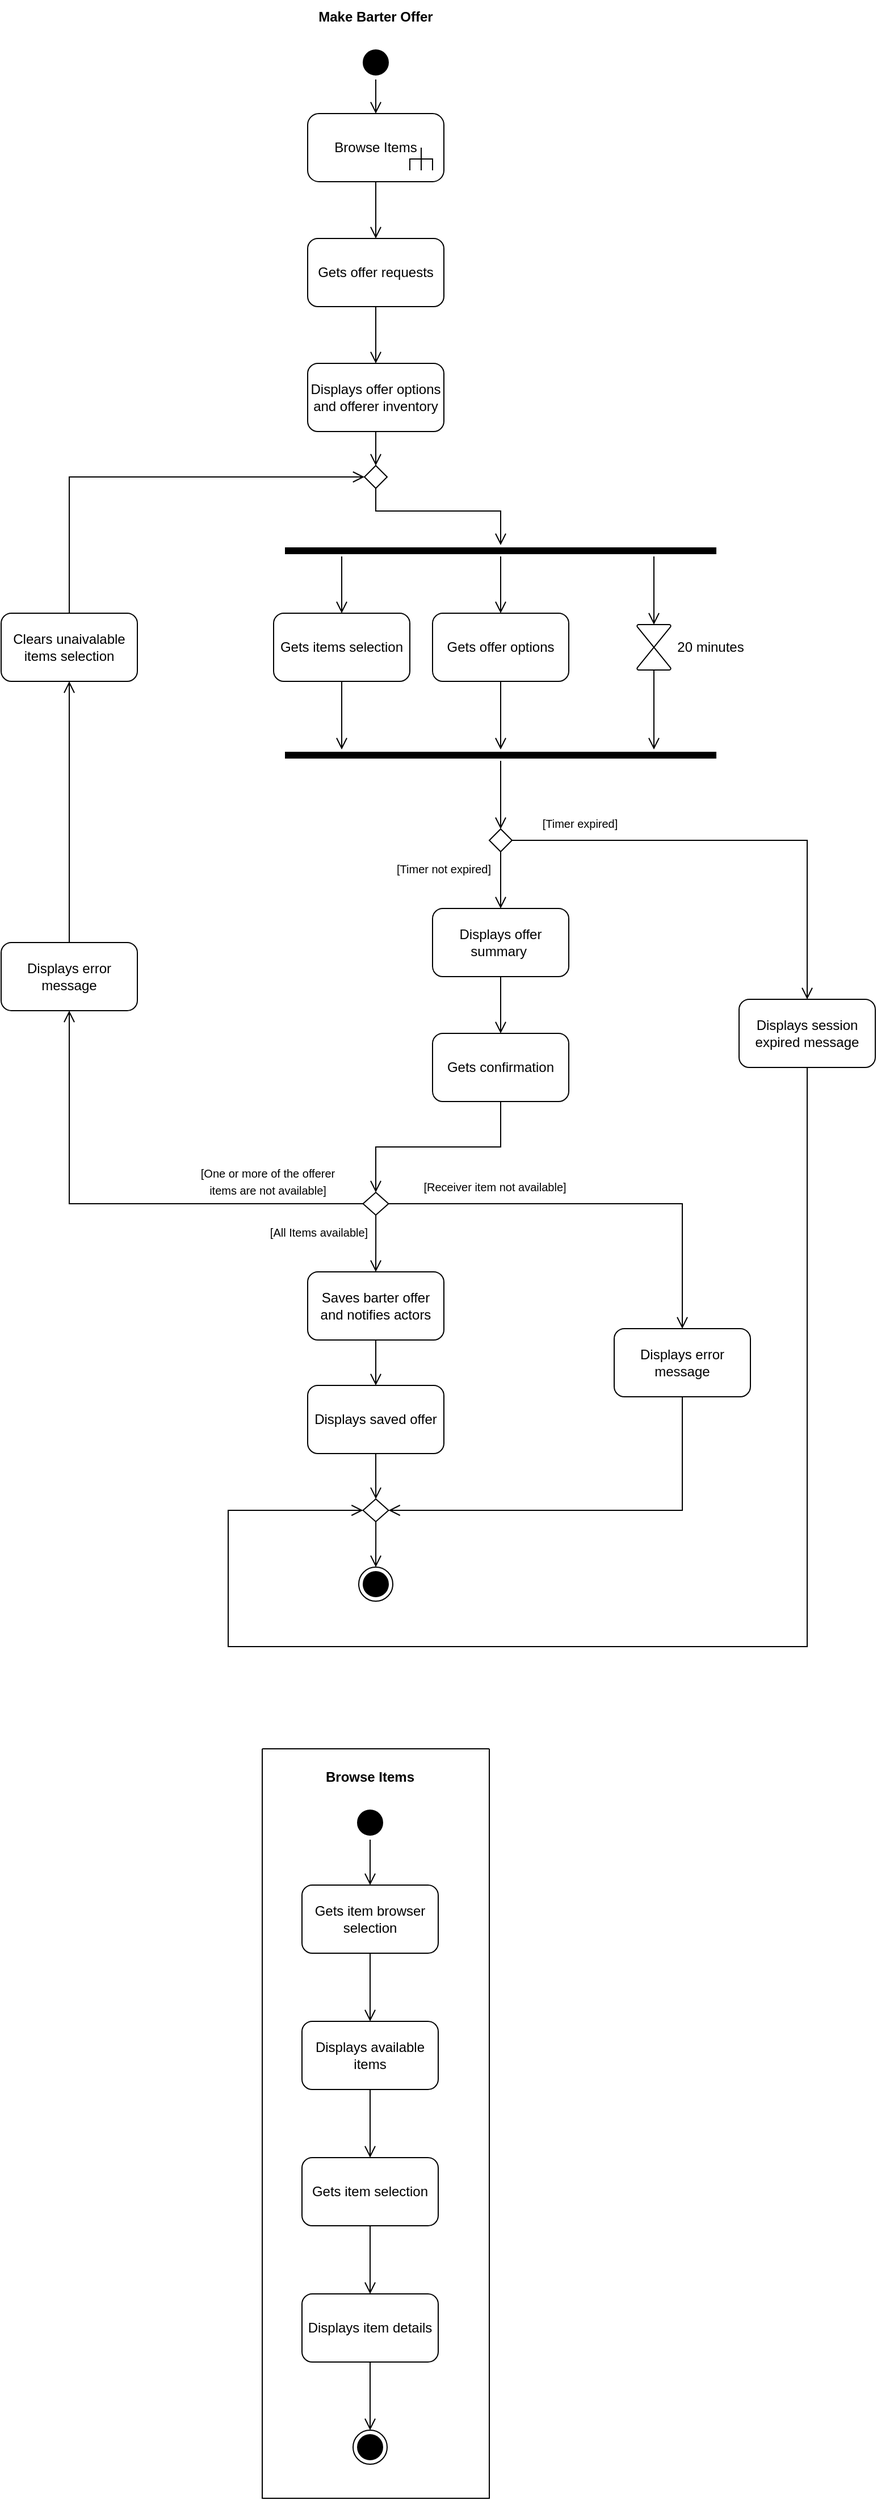
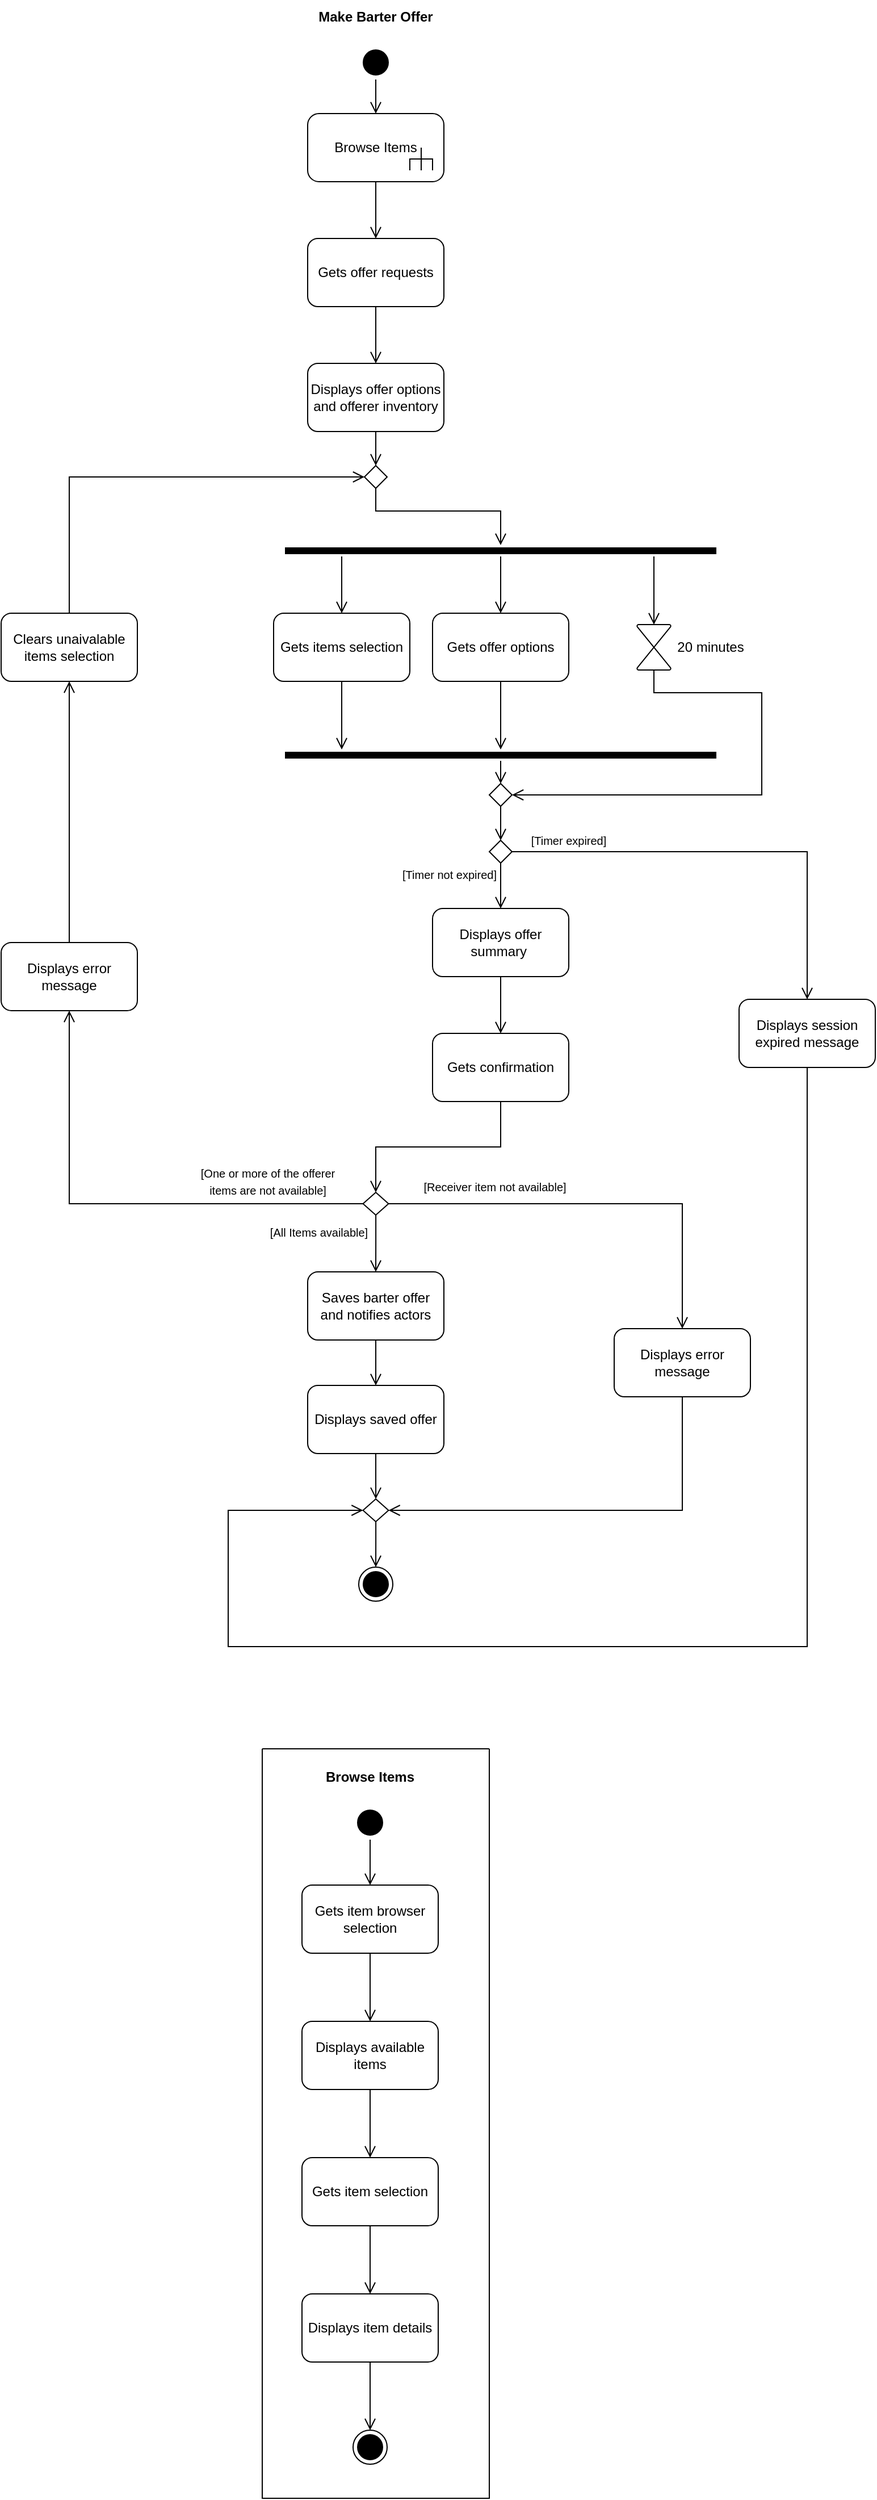
<mxfile host="app.diagrams.net">
  <diagram name="Pagina-1" id="wzVvh0PLMof7XneZ3m_G">
    <mxGraphModel dx="2353" dy="1339" grid="1" gridSize="10" guides="1" tooltips="1" connect="1" arrows="1" fold="1" page="1" pageScale="1" pageWidth="827" pageHeight="1169" math="0" shadow="0">
      <root>
        <mxCell id="0" />
        <mxCell id="1" parent="0" />
        <mxCell id="98pQ5EC6WEBKg6TK99Ge-1" parent="1" style="text;html=1;whiteSpace=wrap;strokeColor=none;fillColor=none;align=center;verticalAlign=middle;rounded=0;" value="&lt;b&gt;Make Barter Offer&lt;/b&gt;" vertex="1">
          <mxGeometry height="30" width="140" x="300" y="20" as="geometry" />
        </mxCell>
        <mxCell id="98pQ5EC6WEBKg6TK99Ge-6" parent="1" style="ellipse;html=1;shape=startState;fillColor=#000000;strokeColor=#000000;" value="" vertex="1">
          <mxGeometry height="30" width="30" x="355" y="60" as="geometry" />
        </mxCell>
        <mxCell id="98pQ5EC6WEBKg6TK99Ge-7" edge="1" parent="1" source="98pQ5EC6WEBKg6TK99Ge-6" style="edgeStyle=orthogonalEdgeStyle;html=1;verticalAlign=bottom;endArrow=open;endSize=8;strokeColor=#000000;rounded=0;" target="_pa2qI_lrXjVzIk5UoWA-33" value="">
          <mxGeometry relative="1" as="geometry">
            <mxPoint x="370" y="120" as="targetPoint" />
          </mxGeometry>
        </mxCell>
        <mxCell id="98pQ5EC6WEBKg6TK99Ge-8" parent="1" style="rounded=1;whiteSpace=wrap;html=1;" value="Gets offer requests" vertex="1">
          <mxGeometry height="60" width="120" x="310" y="230" as="geometry" />
        </mxCell>
        <mxCell id="98pQ5EC6WEBKg6TK99Ge-9" parent="1" style="rounded=1;whiteSpace=wrap;html=1;" value="Displays offer options and offerer inventory" vertex="1">
          <mxGeometry height="60" width="120" x="310" y="340" as="geometry" />
        </mxCell>
        <mxCell id="98pQ5EC6WEBKg6TK99Ge-11" parent="1" style="rounded=1;whiteSpace=wrap;html=1;" value="Displays offer summary&amp;nbsp;" vertex="1">
          <mxGeometry height="60" width="120" x="420" y="820" as="geometry" />
        </mxCell>
        <mxCell id="98pQ5EC6WEBKg6TK99Ge-12" parent="1" style="rounded=1;whiteSpace=wrap;html=1;" value="Gets confirmation" vertex="1">
          <mxGeometry height="60" width="120" x="420" y="930" as="geometry" />
        </mxCell>
        <mxCell id="98pQ5EC6WEBKg6TK99Ge-14" parent="1" style="rounded=1;whiteSpace=wrap;html=1;" value="Saves barter offer and notifies actors" vertex="1">
          <mxGeometry height="60" width="120" x="310" y="1140" as="geometry" />
        </mxCell>
        <mxCell id="98pQ5EC6WEBKg6TK99Ge-16" parent="1" style="rounded=1;whiteSpace=wrap;html=1;" value="Displays saved offer" vertex="1">
          <mxGeometry height="60" width="120" x="310" y="1240" as="geometry" />
        </mxCell>
        <mxCell id="98pQ5EC6WEBKg6TK99Ge-17" edge="1" parent="1" source="_pa2qI_lrXjVzIk5UoWA-33" style="edgeStyle=orthogonalEdgeStyle;html=1;verticalAlign=bottom;endArrow=open;endSize=8;strokeColor=#000000;rounded=0;" target="98pQ5EC6WEBKg6TK99Ge-8" value="">
          <mxGeometry relative="1" as="geometry">
            <mxPoint x="370" y="180" as="sourcePoint" />
            <mxPoint x="370" y="230" as="targetPoint" />
          </mxGeometry>
        </mxCell>
        <mxCell id="98pQ5EC6WEBKg6TK99Ge-18" edge="1" parent="1" source="98pQ5EC6WEBKg6TK99Ge-8" style="edgeStyle=orthogonalEdgeStyle;html=1;verticalAlign=bottom;endArrow=open;endSize=8;strokeColor=#000000;rounded=0;exitX=0.5;exitY=1;exitDx=0;exitDy=0;" target="98pQ5EC6WEBKg6TK99Ge-9" value="">
          <mxGeometry relative="1" as="geometry">
            <mxPoint x="370" y="320" as="sourcePoint" />
            <mxPoint x="370" y="350" as="targetPoint" />
          </mxGeometry>
        </mxCell>
        <mxCell id="98pQ5EC6WEBKg6TK99Ge-19" edge="1" parent="1" source="98pQ5EC6WEBKg6TK99Ge-9" style="edgeStyle=orthogonalEdgeStyle;html=1;verticalAlign=bottom;endArrow=open;endSize=8;strokeColor=#000000;rounded=0;" target="98pQ5EC6WEBKg6TK99Ge-45" value="">
          <mxGeometry relative="1" as="geometry">
            <mxPoint x="360" y="450" as="sourcePoint" />
            <mxPoint x="360" y="480" as="targetPoint" />
          </mxGeometry>
        </mxCell>
        <mxCell id="98pQ5EC6WEBKg6TK99Ge-20" edge="1" parent="1" source="_pa2qI_lrXjVzIk5UoWA-20" style="edgeStyle=orthogonalEdgeStyle;html=1;verticalAlign=bottom;endArrow=open;endSize=8;strokeColor=#000000;rounded=0;" target="98pQ5EC6WEBKg6TK99Ge-11" value="">
          <mxGeometry relative="1" as="geometry">
            <mxPoint x="695" y="1075" as="sourcePoint" />
            <mxPoint x="290" y="900" as="targetPoint" />
          </mxGeometry>
        </mxCell>
        <mxCell id="98pQ5EC6WEBKg6TK99Ge-21" edge="1" parent="1" source="98pQ5EC6WEBKg6TK99Ge-11" style="edgeStyle=orthogonalEdgeStyle;html=1;verticalAlign=bottom;endArrow=open;endSize=8;strokeColor=#000000;rounded=0;" target="98pQ5EC6WEBKg6TK99Ge-12" value="">
          <mxGeometry relative="1" as="geometry">
            <mxPoint x="290" y="990" as="sourcePoint" />
            <mxPoint x="290" y="1020" as="targetPoint" />
          </mxGeometry>
        </mxCell>
        <mxCell id="98pQ5EC6WEBKg6TK99Ge-22" edge="1" parent="1" source="98pQ5EC6WEBKg6TK99Ge-12" style="edgeStyle=orthogonalEdgeStyle;html=1;verticalAlign=bottom;endArrow=open;endSize=8;strokeColor=#000000;rounded=0;" target="98pQ5EC6WEBKg6TK99Ge-34" value="">
          <mxGeometry relative="1" as="geometry">
            <Array as="points">
              <mxPoint x="480" y="1030" />
              <mxPoint x="370" y="1030" />
            </Array>
            <mxPoint x="370" y="1060" as="sourcePoint" />
            <mxPoint x="370" y="1090" as="targetPoint" />
          </mxGeometry>
        </mxCell>
        <mxCell id="98pQ5EC6WEBKg6TK99Ge-23" edge="1" parent="1" source="98pQ5EC6WEBKg6TK99Ge-39" style="edgeStyle=orthogonalEdgeStyle;html=1;verticalAlign=bottom;endArrow=open;endSize=8;strokeColor=#000000;rounded=0;" target="98pQ5EC6WEBKg6TK99Ge-40" value="">
          <mxGeometry relative="1" as="geometry">
            <Array as="points">
              <mxPoint x="640" y="1350" />
            </Array>
            <mxPoint x="710" y="1340" as="sourcePoint" />
            <mxPoint x="370" y="1440" as="targetPoint" />
          </mxGeometry>
        </mxCell>
        <mxCell id="98pQ5EC6WEBKg6TK99Ge-26" edge="1" parent="1" source="98pQ5EC6WEBKg6TK99Ge-34" style="edgeStyle=orthogonalEdgeStyle;html=1;verticalAlign=bottom;endArrow=open;endSize=8;strokeColor=#000000;rounded=0;" target="98pQ5EC6WEBKg6TK99Ge-39" value="">
          <mxGeometry relative="1" as="geometry">
            <mxPoint x="470" y="1080" as="sourcePoint" />
            <mxPoint x="500" y="1080" as="targetPoint" />
          </mxGeometry>
        </mxCell>
        <mxCell id="98pQ5EC6WEBKg6TK99Ge-27" edge="1" parent="1" source="98pQ5EC6WEBKg6TK99Ge-34" style="edgeStyle=orthogonalEdgeStyle;html=1;verticalAlign=bottom;endArrow=open;endSize=8;strokeColor=#000000;rounded=0;exitX=0;exitY=0.5;exitDx=0;exitDy=0;" target="98pQ5EC6WEBKg6TK99Ge-42" value="">
          <mxGeometry relative="1" as="geometry">
            <mxPoint x="500" y="1030" as="sourcePoint" />
            <mxPoint x="200" y="1080" as="targetPoint" />
          </mxGeometry>
        </mxCell>
        <mxCell id="98pQ5EC6WEBKg6TK99Ge-28" edge="1" parent="1" source="98pQ5EC6WEBKg6TK99Ge-40" style="edgeStyle=orthogonalEdgeStyle;html=1;verticalAlign=bottom;endArrow=open;endSize=8;strokeColor=#000000;rounded=0;" target="98pQ5EC6WEBKg6TK99Ge-41" value="">
          <mxGeometry relative="1" as="geometry">
            <mxPoint x="481.05" y="1470" as="sourcePoint" />
            <mxPoint x="481.05" y="1500" as="targetPoint" />
          </mxGeometry>
        </mxCell>
        <mxCell id="98pQ5EC6WEBKg6TK99Ge-31" edge="1" parent="1" source="98pQ5EC6WEBKg6TK99Ge-43" style="edgeStyle=orthogonalEdgeStyle;html=1;verticalAlign=bottom;endArrow=open;endSize=8;strokeColor=#000000;rounded=0;" target="98pQ5EC6WEBKg6TK99Ge-45" value="">
          <mxGeometry relative="1" as="geometry">
            <Array as="points">
              <mxPoint x="100" y="440" />
            </Array>
            <mxPoint x="720" y="700" as="sourcePoint" />
            <mxPoint x="720" y="730" as="targetPoint" />
          </mxGeometry>
        </mxCell>
        <mxCell id="98pQ5EC6WEBKg6TK99Ge-32" edge="1" parent="1" source="98pQ5EC6WEBKg6TK99Ge-45" style="edgeStyle=orthogonalEdgeStyle;html=1;verticalAlign=bottom;endArrow=open;endSize=8;strokeColor=#000000;rounded=0;" target="_pa2qI_lrXjVzIk5UoWA-2" value="">
          <mxGeometry relative="1" as="geometry">
            <Array as="points">
              <mxPoint x="370" y="470" />
              <mxPoint x="480" y="470" />
            </Array>
            <mxPoint x="690" y="695" as="sourcePoint" />
            <mxPoint x="690" y="725" as="targetPoint" />
          </mxGeometry>
        </mxCell>
        <mxCell id="98pQ5EC6WEBKg6TK99Ge-33" edge="1" parent="1" source="98pQ5EC6WEBKg6TK99Ge-34" style="edgeStyle=orthogonalEdgeStyle;html=1;verticalAlign=bottom;endArrow=open;endSize=8;strokeColor=#000000;rounded=0;" target="98pQ5EC6WEBKg6TK99Ge-14" value="">
          <mxGeometry relative="1" as="geometry">
            <mxPoint x="540" y="1080" as="sourcePoint" />
            <mxPoint x="370" y="1120" as="targetPoint" />
          </mxGeometry>
        </mxCell>
        <mxCell id="98pQ5EC6WEBKg6TK99Ge-34" parent="1" style="rhombus;whiteSpace=wrap;html=1;" value="" vertex="1">
          <mxGeometry height="20" width="22.5" x="358.75" y="1070" as="geometry" />
        </mxCell>
        <mxCell id="98pQ5EC6WEBKg6TK99Ge-36" parent="1" style="text;html=1;whiteSpace=wrap;strokeColor=none;fillColor=none;align=center;verticalAlign=middle;rounded=0;" value="&lt;font style=&quot;font-size: 10px;&quot;&gt;[Receiver item not available]&lt;/font&gt;" vertex="1">
          <mxGeometry height="30" width="130" x="410" y="1050" as="geometry" />
        </mxCell>
        <mxCell id="98pQ5EC6WEBKg6TK99Ge-37" parent="1" style="text;html=1;whiteSpace=wrap;strokeColor=none;fillColor=none;align=center;verticalAlign=middle;rounded=0;" value="&lt;font style=&quot;font-size: 10px;&quot;&gt;[One or more of the offerer items are not available]&lt;/font&gt;" vertex="1">
          <mxGeometry height="30" width="130" x="210" y="1045" as="geometry" />
        </mxCell>
        <mxCell id="98pQ5EC6WEBKg6TK99Ge-38" parent="1" style="text;html=1;whiteSpace=wrap;strokeColor=none;fillColor=none;align=center;verticalAlign=middle;rounded=0;" value="&lt;font style=&quot;font-size: 10px;&quot;&gt;[All Items available]&lt;/font&gt;" vertex="1">
          <mxGeometry height="30" width="90" x="275" y="1090" as="geometry" />
        </mxCell>
        <mxCell id="98pQ5EC6WEBKg6TK99Ge-39" parent="1" style="rounded=1;whiteSpace=wrap;html=1;" value="Displays error message" vertex="1">
          <mxGeometry height="60" width="120" x="580" y="1190" as="geometry" />
        </mxCell>
        <mxCell id="98pQ5EC6WEBKg6TK99Ge-40" parent="1" style="rhombus;whiteSpace=wrap;html=1;" value="" vertex="1">
          <mxGeometry height="20" width="22.5" x="358.75" y="1340" as="geometry" />
        </mxCell>
        <mxCell id="98pQ5EC6WEBKg6TK99Ge-41" parent="1" style="ellipse;html=1;shape=endState;fillColor=#000000;strokeColor=#000000;" value="" vertex="1">
          <mxGeometry height="30" width="30" x="355" y="1400" as="geometry" />
        </mxCell>
        <mxCell id="98pQ5EC6WEBKg6TK99Ge-42" parent="1" style="rounded=1;whiteSpace=wrap;html=1;" value="Displays error message" vertex="1">
          <mxGeometry height="60" width="120" x="40" y="850" as="geometry" />
        </mxCell>
        <mxCell id="98pQ5EC6WEBKg6TK99Ge-43" parent="1" style="rounded=1;whiteSpace=wrap;html=1;" value="Clears unaivalable items selection" vertex="1">
          <mxGeometry height="60" width="120" x="40" y="560" as="geometry" />
        </mxCell>
        <mxCell id="98pQ5EC6WEBKg6TK99Ge-45" parent="1" style="rhombus;whiteSpace=wrap;html=1;" value="" vertex="1">
          <mxGeometry height="20" width="20" x="360" y="430" as="geometry" />
        </mxCell>
        <mxCell id="98pQ5EC6WEBKg6TK99Ge-47" edge="1" parent="1" source="98pQ5EC6WEBKg6TK99Ge-42" style="edgeStyle=orthogonalEdgeStyle;html=1;verticalAlign=bottom;endArrow=open;endSize=8;strokeColor=#000000;rounded=0;" target="98pQ5EC6WEBKg6TK99Ge-43" value="">
          <mxGeometry relative="1" as="geometry">
            <mxPoint x="190" y="450" as="sourcePoint" />
            <mxPoint x="190" y="480" as="targetPoint" />
          </mxGeometry>
        </mxCell>
        <mxCell id="98pQ5EC6WEBKg6TK99Ge-49" edge="1" parent="1" source="98pQ5EC6WEBKg6TK99Ge-16" style="edgeStyle=orthogonalEdgeStyle;html=1;verticalAlign=bottom;endArrow=open;endSize=8;strokeColor=#000000;rounded=0;" target="98pQ5EC6WEBKg6TK99Ge-40" value="">
          <mxGeometry relative="1" as="geometry">
            <mxPoint x="550" y="890" as="sourcePoint" />
            <mxPoint x="400" y="1420" as="targetPoint" />
          </mxGeometry>
        </mxCell>
        <mxCell id="98pQ5EC6WEBKg6TK99Ge-54" edge="1" parent="1" source="98pQ5EC6WEBKg6TK99Ge-14" style="edgeStyle=orthogonalEdgeStyle;html=1;verticalAlign=bottom;endArrow=open;endSize=8;strokeColor=#000000;rounded=0;" target="98pQ5EC6WEBKg6TK99Ge-16" value="">
          <mxGeometry relative="1" as="geometry">
            <mxPoint x="370" y="1280" as="sourcePoint" />
            <mxPoint x="370" y="1350" as="targetPoint" />
          </mxGeometry>
        </mxCell>
        <mxCell id="98pQ5EC6WEBKg6TK99Ge-60" parent="1" style="rounded=1;whiteSpace=wrap;html=1;" value="Gets item browser selection" vertex="1">
          <mxGeometry height="60" width="120" x="305" y="1680" as="geometry" />
        </mxCell>
        <mxCell id="98pQ5EC6WEBKg6TK99Ge-61" parent="1" style="rounded=1;whiteSpace=wrap;html=1;" value="Displays available items" vertex="1">
          <mxGeometry height="60" width="120" x="305" y="1800" as="geometry" />
        </mxCell>
        <mxCell id="98pQ5EC6WEBKg6TK99Ge-62" parent="1" style="rounded=1;whiteSpace=wrap;html=1;" value="Gets item selection" vertex="1">
          <mxGeometry height="60" width="120" x="305" y="1920" as="geometry" />
        </mxCell>
        <mxCell id="98pQ5EC6WEBKg6TK99Ge-63" parent="1" style="ellipse;html=1;shape=startState;fillColor=#000000;strokeColor=#000000;" value="" vertex="1">
          <mxGeometry height="30" width="30" x="350" y="1610" as="geometry" />
        </mxCell>
        <mxCell id="98pQ5EC6WEBKg6TK99Ge-64" parent="1" style="ellipse;html=1;shape=endState;fillColor=#000000;strokeColor=#000000;" value="" vertex="1">
          <mxGeometry height="30" width="30" x="350" y="2160" as="geometry" />
        </mxCell>
        <mxCell id="98pQ5EC6WEBKg6TK99Ge-65" edge="1" parent="1" source="98pQ5EC6WEBKg6TK99Ge-63" style="edgeStyle=orthogonalEdgeStyle;html=1;verticalAlign=bottom;endArrow=open;endSize=8;strokeColor=#000000;rounded=0;" target="98pQ5EC6WEBKg6TK99Ge-60" value="">
          <mxGeometry relative="1" as="geometry">
            <mxPoint x="410" y="1640" as="sourcePoint" />
            <mxPoint x="410" y="1670" as="targetPoint" />
          </mxGeometry>
        </mxCell>
        <mxCell id="98pQ5EC6WEBKg6TK99Ge-66" edge="1" parent="1" source="98pQ5EC6WEBKg6TK99Ge-60" style="edgeStyle=orthogonalEdgeStyle;html=1;verticalAlign=bottom;endArrow=open;endSize=8;strokeColor=#000000;rounded=0;" target="98pQ5EC6WEBKg6TK99Ge-61" value="">
          <mxGeometry relative="1" as="geometry">
            <mxPoint x="430" y="1790" as="sourcePoint" />
            <mxPoint x="430" y="1820" as="targetPoint" />
          </mxGeometry>
        </mxCell>
        <mxCell id="98pQ5EC6WEBKg6TK99Ge-67" edge="1" parent="1" source="98pQ5EC6WEBKg6TK99Ge-61" style="edgeStyle=orthogonalEdgeStyle;html=1;verticalAlign=bottom;endArrow=open;endSize=8;strokeColor=#000000;rounded=0;" target="98pQ5EC6WEBKg6TK99Ge-62" value="">
          <mxGeometry relative="1" as="geometry">
            <mxPoint x="500" y="2000" as="sourcePoint" />
            <mxPoint x="500" y="2030" as="targetPoint" />
          </mxGeometry>
        </mxCell>
        <mxCell id="98pQ5EC6WEBKg6TK99Ge-68" edge="1" parent="1" source="98pQ5EC6WEBKg6TK99Ge-62" style="edgeStyle=orthogonalEdgeStyle;html=1;verticalAlign=bottom;endArrow=open;endSize=8;strokeColor=#000000;rounded=0;" target="98pQ5EC6WEBKg6TK99Ge-70" value="">
          <mxGeometry relative="1" as="geometry">
            <mxPoint x="510" y="2140" as="sourcePoint" />
            <mxPoint x="510" y="2170" as="targetPoint" />
          </mxGeometry>
        </mxCell>
        <mxCell id="98pQ5EC6WEBKg6TK99Ge-69" edge="1" parent="1" source="98pQ5EC6WEBKg6TK99Ge-70" style="edgeStyle=orthogonalEdgeStyle;html=1;verticalAlign=bottom;endArrow=open;endSize=8;strokeColor=#000000;rounded=0;" target="98pQ5EC6WEBKg6TK99Ge-64" value="">
          <mxGeometry relative="1" as="geometry">
            <mxPoint x="490" y="2280" as="sourcePoint" />
            <mxPoint x="490" y="2310" as="targetPoint" />
          </mxGeometry>
        </mxCell>
        <mxCell id="98pQ5EC6WEBKg6TK99Ge-70" parent="1" style="rounded=1;whiteSpace=wrap;html=1;" value="Displays item details" vertex="1">
          <mxGeometry height="60" width="120" x="305" y="2040" as="geometry" />
        </mxCell>
        <mxCell id="_pa2qI_lrXjVzIk5UoWA-2" parent="1" style="shape=line;html=1;strokeWidth=6;strokeColor=#000000;" value="" vertex="1">
          <mxGeometry height="10" width="380" x="290" y="500" as="geometry" />
        </mxCell>
        <mxCell id="_pa2qI_lrXjVzIk5UoWA-3" parent="1" style="shape=line;html=1;strokeWidth=6;strokeColor=#000000;" value="" vertex="1">
          <mxGeometry height="10" width="380" x="290" y="680" as="geometry" />
        </mxCell>
        <mxCell id="_pa2qI_lrXjVzIk5UoWA-4" parent="1" style="rounded=1;whiteSpace=wrap;html=1;" value="Gets items selection" vertex="1">
          <mxGeometry height="60" width="120" x="280" y="560" as="geometry" />
        </mxCell>
        <mxCell id="_pa2qI_lrXjVzIk5UoWA-5" parent="1" style="rounded=1;whiteSpace=wrap;html=1;" value="Gets offer options" vertex="1">
          <mxGeometry height="60" width="120" x="420" y="560" as="geometry" />
        </mxCell>
        <mxCell id="_pa2qI_lrXjVzIk5UoWA-8" parent="1" style="verticalLabelPosition=bottom;verticalAlign=top;html=1;shape=mxgraph.flowchart.collate;" value="" vertex="1">
          <mxGeometry height="40" width="30" x="600" y="570" as="geometry" />
        </mxCell>
        <mxCell id="_pa2qI_lrXjVzIk5UoWA-9" edge="1" parent="1" source="_pa2qI_lrXjVzIk5UoWA-2" style="edgeStyle=orthogonalEdgeStyle;html=1;verticalAlign=bottom;endArrow=open;endSize=8;strokeColor=#000000;rounded=0;" target="_pa2qI_lrXjVzIk5UoWA-4" value="">
          <mxGeometry relative="1" as="geometry">
            <Array as="points">
              <mxPoint x="340" y="520" />
              <mxPoint x="340" y="520" />
            </Array>
            <mxPoint x="800" y="520" as="sourcePoint" />
            <mxPoint x="800" y="570" as="targetPoint" />
          </mxGeometry>
        </mxCell>
        <mxCell id="_pa2qI_lrXjVzIk5UoWA-10" parent="1" style="text;html=1;whiteSpace=wrap;strokeColor=none;fillColor=none;align=center;verticalAlign=middle;rounded=0;" value="20 minutes" vertex="1">
          <mxGeometry height="30" width="90" x="620" y="575" as="geometry" />
        </mxCell>
        <mxCell id="_pa2qI_lrXjVzIk5UoWA-12" edge="1" parent="1" source="_pa2qI_lrXjVzIk5UoWA-2" style="edgeStyle=orthogonalEdgeStyle;html=1;verticalAlign=bottom;endArrow=open;endSize=8;strokeColor=#000000;rounded=0;" target="_pa2qI_lrXjVzIk5UoWA-8" value="">
          <mxGeometry relative="1" as="geometry">
            <Array as="points">
              <mxPoint x="615" y="520" />
              <mxPoint x="615" y="520" />
            </Array>
            <mxPoint x="790" y="760" as="sourcePoint" />
            <mxPoint x="790" y="810" as="targetPoint" />
          </mxGeometry>
        </mxCell>
        <mxCell id="_pa2qI_lrXjVzIk5UoWA-13" edge="1" parent="1" source="_pa2qI_lrXjVzIk5UoWA-2" style="edgeStyle=orthogonalEdgeStyle;html=1;verticalAlign=bottom;endArrow=open;endSize=8;strokeColor=#000000;rounded=0;" target="_pa2qI_lrXjVzIk5UoWA-5" value="">
          <mxGeometry relative="1" as="geometry">
            <mxPoint x="800" y="410" as="sourcePoint" />
            <mxPoint x="800" y="460" as="targetPoint" />
          </mxGeometry>
        </mxCell>
-         <mxCell id="_pa2qI_lrXjVzIk5UoWA-14" edge="1" parent="1" source="_pa2qI_lrXjVzIk5UoWA-8" style="edgeStyle=orthogonalEdgeStyle;html=1;verticalAlign=bottom;endArrow=open;endSize=8;strokeColor=#000000;rounded=0;" target="_pa2qI_lrXjVzIk5UoWA-3" value="">
-           <mxGeometry relative="1" as="geometry">
-             <Array as="points">
-               <mxPoint x="615" y="650" />
-               <mxPoint x="615" y="650" />
-             </Array>
-             <mxPoint x="960" y="550" as="sourcePoint" />
-             <mxPoint x="490" y="680" as="targetPoint" />
-           </mxGeometry>
-         </mxCell>
        <mxCell id="_pa2qI_lrXjVzIk5UoWA-16" edge="1" parent="1" source="_pa2qI_lrXjVzIk5UoWA-5" style="edgeStyle=orthogonalEdgeStyle;html=1;verticalAlign=bottom;endArrow=open;endSize=8;strokeColor=#000000;rounded=0;" target="_pa2qI_lrXjVzIk5UoWA-3" value="">
          <mxGeometry relative="1" as="geometry">
            <Array as="points" />
            <mxPoint x="420" y="640" as="sourcePoint" />
            <mxPoint x="480" y="670" as="targetPoint" />
          </mxGeometry>
        </mxCell>
        <mxCell id="_pa2qI_lrXjVzIk5UoWA-17" edge="1" parent="1" source="_pa2qI_lrXjVzIk5UoWA-4" style="edgeStyle=orthogonalEdgeStyle;html=1;verticalAlign=bottom;endArrow=open;endSize=8;strokeColor=#000000;rounded=0;" target="_pa2qI_lrXjVzIk5UoWA-3" value="">
          <mxGeometry relative="1" as="geometry">
            <Array as="points">
              <mxPoint x="340" y="650" />
              <mxPoint x="340" y="650" />
            </Array>
            <mxPoint x="360" y="660" as="sourcePoint" />
            <mxPoint x="470" y="680" as="targetPoint" />
          </mxGeometry>
        </mxCell>
        <mxCell id="_pa2qI_lrXjVzIk5UoWA-18" edge="1" parent="1" source="_pa2qI_lrXjVzIk5UoWA-20" style="edgeStyle=orthogonalEdgeStyle;html=1;verticalAlign=bottom;endArrow=open;endSize=8;strokeColor=#000000;rounded=0;" target="_pa2qI_lrXjVzIk5UoWA-22" value="">
          <mxGeometry relative="1" as="geometry">
            <Array as="points">
-               <mxPoint x="750" y="760" />
-             </Array>
-             <mxPoint x="480.0030769230762" y="720.0769230769229" as="sourcePoint" />
-             <mxPoint x="760.08" y="900" as="targetPoint" />
+               <mxPoint x="750" y="770" />
+             </Array>
+             <mxPoint x="490" y="770" as="sourcePoint" />
+             <mxPoint x="760.0285714285715" y="910" as="targetPoint" />
          </mxGeometry>
        </mxCell>
        <mxCell id="_pa2qI_lrXjVzIk5UoWA-20" parent="1" style="rhombus;whiteSpace=wrap;html=1;" value="" vertex="1">
-           <mxGeometry height="20" width="20" x="470" y="750" as="geometry" />
+           <mxGeometry height="20" width="20" x="470" y="760" as="geometry" />
        </mxCell>
        <mxCell id="_pa2qI_lrXjVzIk5UoWA-21" parent="1" style="text;html=1;whiteSpace=wrap;strokeColor=none;fillColor=none;align=center;verticalAlign=middle;rounded=0;" value="&lt;font style=&quot;font-size: 10px;&quot;&gt;[Timer expired]&lt;/font&gt;" vertex="1">
-           <mxGeometry height="30" width="100" x="500" y="730" as="geometry" />
+           <mxGeometry height="30" width="100" x="490" y="745" as="geometry" />
        </mxCell>
        <mxCell id="_pa2qI_lrXjVzIk5UoWA-22" parent="1" style="rounded=1;whiteSpace=wrap;html=1;" value="Displays session expired message" vertex="1">
          <mxGeometry height="60" width="120" x="690" y="900" as="geometry" />
        </mxCell>
        <mxCell id="_pa2qI_lrXjVzIk5UoWA-23" parent="1" style="text;html=1;whiteSpace=wrap;strokeColor=none;fillColor=none;align=center;verticalAlign=middle;rounded=0;" value="&lt;font style=&quot;font-size: 10px;&quot;&gt;[Timer not expired]&lt;/font&gt;" vertex="1">
-           <mxGeometry height="30" width="100" x="380" y="770" as="geometry" />
+           <mxGeometry height="30" width="100" x="385" y="775" as="geometry" />
        </mxCell>
        <mxCell id="_pa2qI_lrXjVzIk5UoWA-25" edge="1" parent="1" source="_pa2qI_lrXjVzIk5UoWA-22" style="edgeStyle=orthogonalEdgeStyle;html=1;verticalAlign=bottom;endArrow=open;endSize=8;strokeColor=#000000;rounded=0;" target="98pQ5EC6WEBKg6TK99Ge-40" value="">
          <mxGeometry relative="1" as="geometry">
            <Array as="points">
              <mxPoint x="750" y="1470" />
              <mxPoint x="240" y="1470" />
              <mxPoint x="240" y="1350" />
            </Array>
            <mxPoint x="1310" y="910" as="sourcePoint" />
            <mxPoint x="1140" y="1240" as="targetPoint" />
          </mxGeometry>
        </mxCell>
        <mxCell id="_pa2qI_lrXjVzIk5UoWA-26" parent="1" style="swimlane;startSize=0;" value="" vertex="1">
          <mxGeometry height="660" width="200" x="270" y="1560" as="geometry" />
        </mxCell>
        <mxCell id="98pQ5EC6WEBKg6TK99Ge-3" parent="_pa2qI_lrXjVzIk5UoWA-26" style="text;html=1;whiteSpace=wrap;strokeColor=none;fillColor=none;align=center;verticalAlign=middle;rounded=0;" value="&lt;b&gt;Browse Items&lt;/b&gt;" vertex="1">
          <mxGeometry height="30" width="100" x="45" y="10" as="geometry" />
        </mxCell>
        <mxCell id="_pa2qI_lrXjVzIk5UoWA-33" parent="1" style="html=1;shape=mxgraph.sysml.callBehAct;whiteSpace=wrap;align=center;" value="Browse Items" vertex="1">
          <mxGeometry height="60" width="120" x="310" y="120" as="geometry" />
        </mxCell>
-         <mxCell id="_pa2qI_lrXjVzIk5UoWA-34" edge="1" parent="1" source="_pa2qI_lrXjVzIk5UoWA-3" style="edgeStyle=orthogonalEdgeStyle;html=1;verticalAlign=bottom;endArrow=open;endSize=8;strokeColor=#000000;rounded=0;" target="_pa2qI_lrXjVzIk5UoWA-20" value="">
+         <mxCell id="_pa2qI_lrXjVzIk5UoWA-34" edge="1" parent="1" source="_pa2qI_lrXjVzIk5UoWA-3" style="edgeStyle=orthogonalEdgeStyle;html=1;verticalAlign=bottom;endArrow=open;endSize=8;strokeColor=#000000;rounded=0;" target="_pa2qI_lrXjVzIk5UoWA-36" value="">
          <mxGeometry relative="1" as="geometry">
            <mxPoint x="490" y="740" as="sourcePoint" />
            <mxPoint x="420" y="760" as="targetPoint" />
+           </mxGeometry>
+         </mxCell>
+         <mxCell id="_pa2qI_lrXjVzIk5UoWA-35" edge="1" parent="1" source="_pa2qI_lrXjVzIk5UoWA-8" style="edgeStyle=orthogonalEdgeStyle;html=1;verticalAlign=bottom;endArrow=open;endSize=8;strokeColor=#000000;rounded=0;" target="_pa2qI_lrXjVzIk5UoWA-36" value="">
+           <mxGeometry relative="1" as="geometry">
+             <Array as="points">
+               <mxPoint x="615" y="630" />
+               <mxPoint x="710" y="630" />
+               <mxPoint x="710" y="720" />
+             </Array>
+             <mxPoint x="710" y="650" as="sourcePoint" />
+             <mxPoint x="610" y="720" as="targetPoint" />
+           </mxGeometry>
+         </mxCell>
+         <mxCell id="_pa2qI_lrXjVzIk5UoWA-36" parent="1" style="rhombus;whiteSpace=wrap;html=1;" value="" vertex="1">
+           <mxGeometry height="20" width="20" x="470" y="710" as="geometry" />
+         </mxCell>
+         <mxCell id="_pa2qI_lrXjVzIk5UoWA-37" edge="1" parent="1" source="_pa2qI_lrXjVzIk5UoWA-36" style="edgeStyle=orthogonalEdgeStyle;html=1;verticalAlign=bottom;endArrow=open;endSize=8;strokeColor=#000000;rounded=0;" target="_pa2qI_lrXjVzIk5UoWA-20" value="">
+           <mxGeometry relative="1" as="geometry">
+             <mxPoint x="430" y="750" as="sourcePoint" />
+             <mxPoint x="430" y="770" as="targetPoint" />
          </mxGeometry>
        </mxCell>
      </root>
    </mxGraphModel>
  </diagram>
</mxfile>
